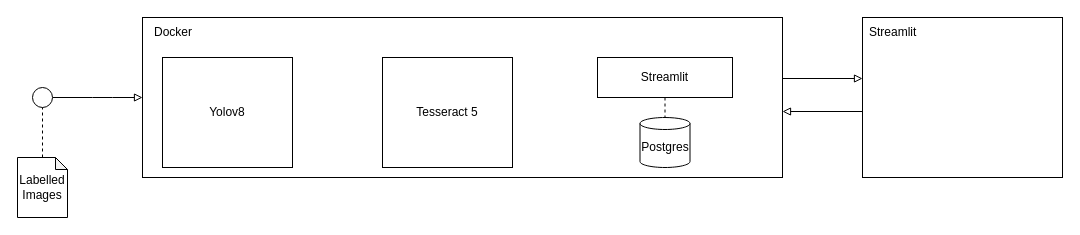
leonardosor/siads-699 keeps this draw.io diagram as page "Physical" (1 of 2) of docs/architecture_0.drawio. Above is the earlier version. Source tidied: cells renumbered, new cells numbered last; positions are measured from the earlier drawing's top-left corner, leaving out a move shared by most shapes. Both pictures are drawn from the tidied source at 100%, with x=0, y=0 at pixel (17, 17).
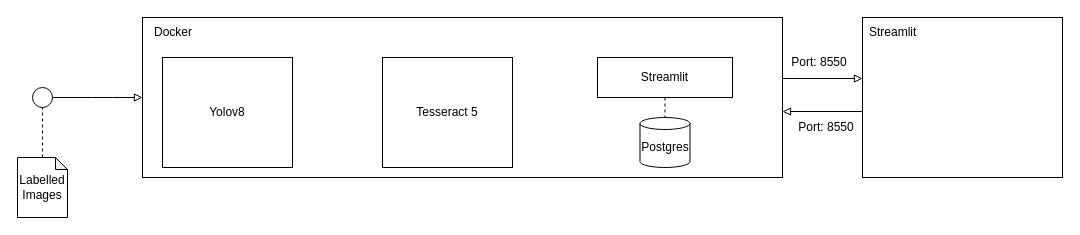
The same page after the edit.

Change to the diagram source:
```diff
@@
+    <mxCell id="17" value="Port: 8550" style="text;html=1;align=center;verticalAlign=middle;whiteSpace=wrap;rounded=0;" parent="1" vertex="1">
+      <mxGeometry x="767" y="30" width="70" height="30" as="geometry" />
+    </mxCell>
+    <mxCell id="18" value="Port: 8550" style="text;html=1;align=center;verticalAlign=middle;whiteSpace=wrap;rounded=0;" parent="1" vertex="1">
+      <mxGeometry x="774" y="95" width="70" height="30" as="geometry" />
+    </mxCell>
```
